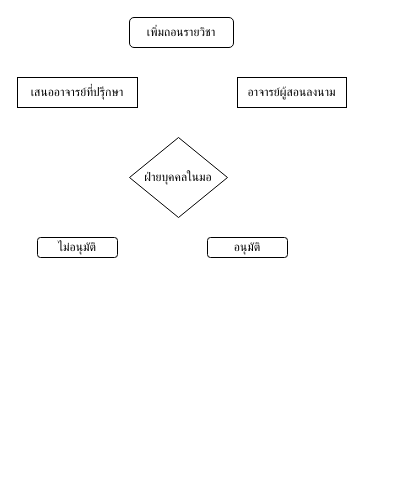
Jfee1234/QualifiedWorthlessGraph keeps this draw.io diagram as Untitled Diagram.drawio. Above is the earlier version. Source tidied: cells renumbered, new cells numbered last; positions are measured from the earlier drawing's top-left corner, leaving out a move shared by most shapes. Both pictures are drawn from the tidied source at 100%, with x=0, y=0 at pixel (17, 17).
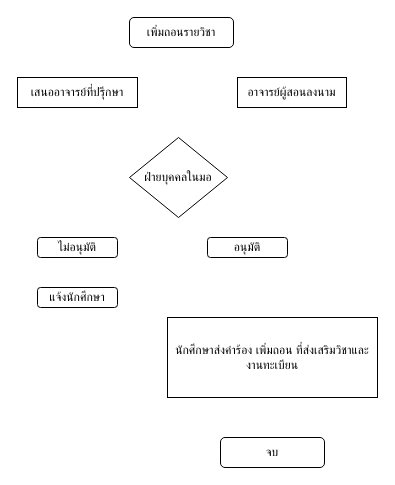
The same diagram, later.

What changed in the source:
```diff
@@
 <mxGraphModel>
   <root>
     <mxCell id="0" />
     <mxCell id="1" parent="0" />
     <mxCell id="2" value="เพิ่มถอนรายวิชา" style="rounded=1;whiteSpace=wrap;html=1;" parent="1" vertex="1">
       <mxGeometry x="112" width="104" height="30" as="geometry" />
     </mxCell>
     <mxCell id="3" value="อาจารย์ผู้สอนลงนาม" style="rounded=0;whiteSpace=wrap;html=1;" parent="1" vertex="1">
       <mxGeometry x="220" y="60" width="109" height="30" as="geometry" />
     </mxCell>
     <mxCell id="4" value="เสนออาจารย์ที่ปรึุกษา" style="rounded=0;whiteSpace=wrap;html=1;" parent="1" vertex="1">
       <mxGeometry y="60" width="120" height="30" as="geometry" />
     </mxCell>
     <mxCell id="5" value="ฝ่ายบุคคลในมอ" style="rhombus;whiteSpace=wrap;html=1;" parent="1" vertex="1">
       <mxGeometry x="112" y="120" width="98" height="80" as="geometry" />
     </mxCell>
     <mxCell id="6" value="ไม่อนุมัติ" style="rounded=1;whiteSpace=wrap;html=1;" parent="1" vertex="1">
       <mxGeometry x="20" y="220" width="80" height="20" as="geometry" />
     </mxCell>
     <mxCell id="7" value="อนุมัติ" style="rounded=1;whiteSpace=wrap;html=1;" parent="1" vertex="1">
       <mxGeometry x="190" y="220" width="80" height="20" as="geometry" />
     </mxCell>
+    <mxCell id="8" value="แจ้งนักศึกษา" style="rounded=1;whiteSpace=wrap;html=1;" parent="1" vertex="1">
+      <mxGeometry x="20" y="270" width="80" height="20" as="geometry" />
+    </mxCell>
+    <mxCell id="9" value="นักศึกษาส่งคำร้อง เพิ่มถอน ที่ส่งเสริมวิชาและงานทะเบียน" style="rounded=0;whiteSpace=wrap;html=1;" parent="1" vertex="1">
+      <mxGeometry x="150" y="300" width="210" height="80" as="geometry" />
+    </mxCell>
+    <mxCell id="10" value="จบ" style="rounded=1;whiteSpace=wrap;html=1;" parent="1" vertex="1">
+      <mxGeometry x="203" y="420" width="104" height="30" as="geometry" />
+    </mxCell>
   </root>
 </mxGraphModel>
```
